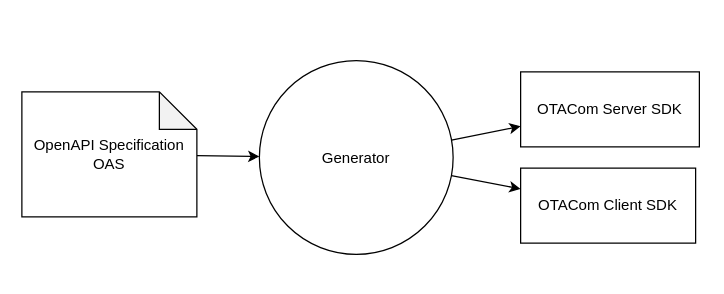
Before: page "context" (1 of 3) of 2.docs/2.diagrams/whiteboard.drawio in GjergjiSh/master-thesis, a draw.io diagram. Source tidied: cells renumbered, new cells numbered last; positions are measured from the earlier drawing's top-left corner, leaving out a move shared by most shapes. Both pictures are drawn from the tidied source at 125%, with x=0, y=0 at pixel (21, 60).
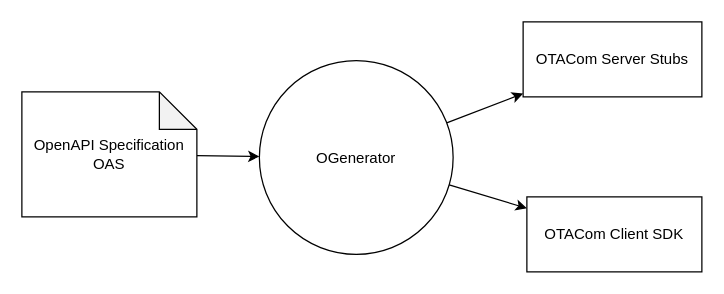
After the change.

Change to the diagram source:
```diff
@@
 <mxGraphModel>
   <root>
     <mxCell id="0" />
     <mxCell id="1" parent="0" />
     <mxCell id="2" value="OTACom Client SDK" style="rounded=0;whiteSpace=wrap;html=1;" parent="1" vertex="1">
-      <mxGeometry x="399" y="86" width="140" height="60" as="geometry" />
+      <mxGeometry x="404" y="109" width="140" height="60" as="geometry" />
     </mxCell>
     <mxCell id="3" style="edgeStyle=none;html=1;" parent="1" edge="1" source="5" target="2">
       <mxGeometry relative="1" as="geometry" />
     </mxCell>
     <mxCell id="4" style="edgeStyle=none;html=1;" parent="1" edge="1" source="5" target="8">
       <mxGeometry relative="1" as="geometry" />
     </mxCell>
-    <mxCell id="5" value="Generator" style="ellipse;whiteSpace=wrap;html=1;" parent="1" vertex="1">
+    <mxCell id="5" value="OGenerator" style="ellipse;whiteSpace=wrap;html=1;" parent="1" vertex="1">
       <mxGeometry x="190" width="155" height="155" as="geometry" />
     </mxCell>
     <mxCell id="6" style="edgeStyle=none;html=1;" parent="1" edge="1" source="7" target="5">
       <mxGeometry relative="1" as="geometry" />
     </mxCell>
     <mxCell id="7" value="OpenAPI Specification&lt;br style=&quot;border-color: var(--border-color);&quot;&gt;OAS" style="shape=note;whiteSpace=wrap;html=1;backgroundOutline=1;darkOpacity=0.05;" parent="1" vertex="1">
       <mxGeometry y="25" width="140" height="100" as="geometry" />
     </mxCell>
-    <mxCell id="8" value="OTACom Server SDK" style="rounded=0;whiteSpace=wrap;html=1;" parent="1" vertex="1">
-      <mxGeometry x="399" y="9" width="143" height="60" as="geometry" />
+    <mxCell id="8" value="OTACom Server Stubs" style="rounded=0;whiteSpace=wrap;html=1;" parent="1" vertex="1">
+      <mxGeometry x="401" y="-31" width="143" height="60" as="geometry" />
     </mxCell>
   </root>
 </mxGraphModel>
```
